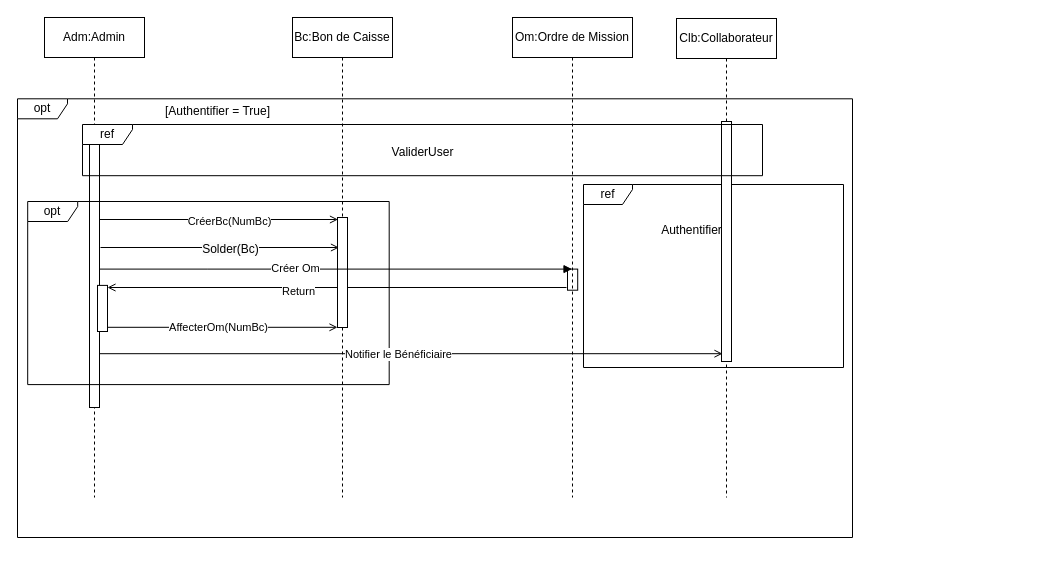
Earlier version of the draw.io diagram Untitled Diagram.drawio (BARIGOU-Imane/Gestion-des-Ordres-de-Mission). Source tidied: cells renumbered, new cells numbered last; positions are measured from the earlier drawing's top-left corner, leaving out a move shared by most shapes. Both pictures are drawn from the tidied source at 100%, with x=0, y=0 at pixel (17, 17).
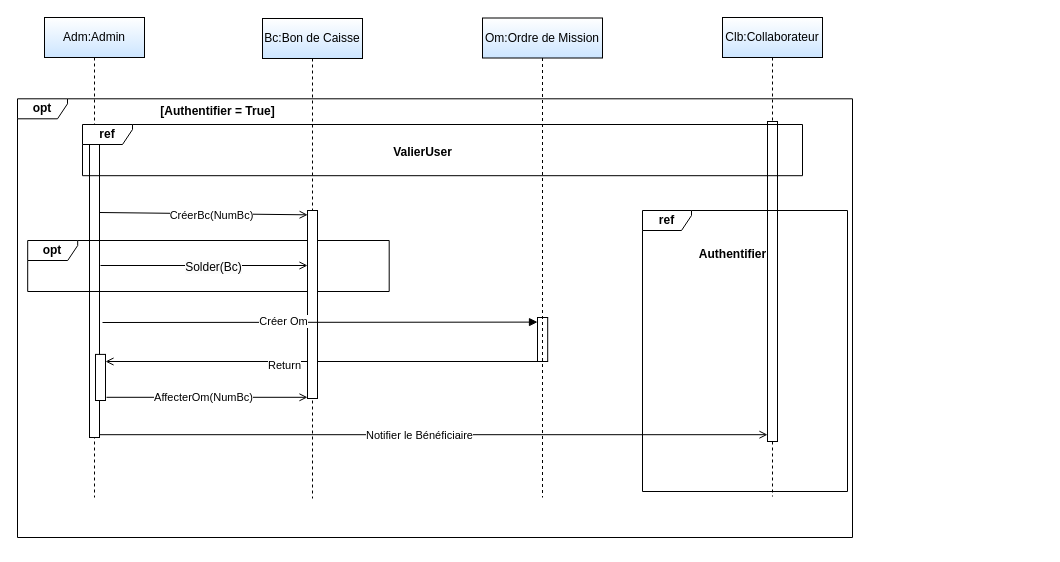
Above is the later version.

Unchanged cells that the change refers to:
```xml
<mxCell id="10" style="group;" parent="7" vertex="1">
  <mxGeometry x="5.1" y="100" width="366.6" height="199" as="geometry" />
</mxCell>
```

Change to the diagram source:
```diff
@@
-    <mxCell id="2" value="Adm:Admin" style="shape=umlLifeline;perimeter=lifelinePerimeter;whiteSpace=wrap;html=1;newEdgeStyle={&quot;edgeStyle&quot;:&quot;elbowEdgeStyle&quot;,&quot;elbow&quot;:&quot;vertical&quot;,&quot;curved&quot;:0,&quot;rounded&quot;:0};" parent="1" vertex="1">
+    <mxCell id="2" value="Adm:Admin" style="shape=umlLifeline;perimeter=lifelinePerimeter;whiteSpace=wrap;html=1;newEdgeStyle={&quot;edgeStyle&quot;:&quot;elbowEdgeStyle&quot;,&quot;elbow&quot;:&quot;vertical&quot;,&quot;curved&quot;:0,&quot;rounded&quot;:0};fillColor=default;strokeColor=#000000;gradientColor=#CCE5FF;" parent="1" vertex="1">
       <mxGeometry x="27" width="100" height="480" as="geometry" />
     </mxCell>
     <mxCell id="3" style="html=1;points=[];perimeter=orthogonalPerimeter;outlineConnect=0;targetShapes=umlLifeline;portConstraint=eastwest;newEdgeStyle={&quot;edgeStyle&quot;:&quot;elbowEdgeStyle&quot;,&quot;elbow&quot;:&quot;vertical&quot;,&quot;curved&quot;:0,&quot;rounded&quot;:0};" parent="2" vertex="1">
-      <mxGeometry x="45" y="110" width="10" height="280" as="geometry" />
+      <mxGeometry x="45" y="110" width="10" height="310" as="geometry" />
     </mxCell>
-    <mxCell id="4" value="Clb:Collaborateur" style="shape=umlLifeline;perimeter=lifelinePerimeter;whiteSpace=wrap;html=1;newEdgeStyle={&quot;edgeStyle&quot;:&quot;elbowEdgeStyle&quot;,&quot;elbow&quot;:&quot;vertical&quot;,&quot;curved&quot;:0,&quot;rounded&quot;:0};" parent="1" vertex="1">
-      <mxGeometry x="659" y="1" width="100" height="479" as="geometry" />
+    <mxCell id="4" value="Clb:Collaborateur" style="shape=umlLifeline;perimeter=lifelinePerimeter;whiteSpace=wrap;html=1;newEdgeStyle={&quot;edgeStyle&quot;:&quot;elbowEdgeStyle&quot;,&quot;elbow&quot;:&quot;vertical&quot;,&quot;curved&quot;:0,&quot;rounded&quot;:0};gradientColor=#CCE5FF;" parent="1" vertex="1">
+      <mxGeometry x="705" width="100" height="479" as="geometry" />
     </mxCell>
-    <mxCell id="5" style="group;" parent="1" vertex="1">
-      <mxGeometry x="386" y="167" width="540" height="183" as="geometry" />
-    </mxCell>
-    <mxCell id="6" value="ref" style="shape=umlFrame;whiteSpace=wrap;html=1;width=49;height=20;" parent="5" vertex="1">
-      <mxGeometry x="180" width="260" height="183" as="geometry" />
-    </mxCell>
     <mxCell id="7" style="group;" parent="1" vertex="1">
-      <mxGeometry y="84" width="835" height="436" as="geometry" />
+      <mxGeometry y="84" width="1025" height="443" as="geometry" />
     </mxCell>
-    <mxCell id="8" value="opt" style="shape=umlFrame;whiteSpace=wrap;html=1;width=50;height=20;" parent="7" vertex="1">
+    <mxCell id="8" value="&lt;b&gt;opt&lt;/b&gt;" style="shape=umlFrame;whiteSpace=wrap;html=1;width=50;height=20;" parent="7" vertex="1">
       <mxGeometry y="-2.7" width="835" height="438.7" as="geometry" />
     </mxCell>
-    <mxCell id="9" value="[Authentifier = True]" style="text;html=1;align=center;verticalAlign=middle;strokeColor=none;fillColor=none;" parent="7" vertex="1">
-      <mxGeometry x="135" y="-5" width="130" height="30" as="geometry" />
+    <mxCell id="9" value="&lt;b&gt;[Authentifier = True]&lt;/b&gt;" style="text;html=1;align=center;verticalAlign=middle;strokeColor=none;fillColor=none;" parent="7" vertex="1">
+      <mxGeometry x="130" y="-5" width="140" height="30" as="geometry" />
     </mxCell>
@@
-    <mxCell id="11" value="opt" style="shape=umlFrame;whiteSpace=wrap;html=1;width=50;height=20;" parent="10" vertex="1">
-      <mxGeometry x="5.1" width="361.5" height="183.1" as="geometry" />
+    <mxCell id="11" value="&lt;b&gt;opt&lt;/b&gt;" style="shape=umlFrame;whiteSpace=wrap;html=1;width=50;height=20;" parent="10" vertex="1">
+      <mxGeometry x="5.1" y="39" width="361.5" height="51" as="geometry" />
     </mxCell>
     <mxCell id="12" style="html=1;points=[];perimeter=orthogonalPerimeter;outlineConnect=0;targetShapes=umlLifeline;portConstraint=eastwest;newEdgeStyle={&quot;edgeStyle&quot;:&quot;elbowEdgeStyle&quot;,&quot;elbow&quot;:&quot;vertical&quot;,&quot;curved&quot;:0,&quot;rounded&quot;:0};" parent="10" vertex="1">
-      <mxGeometry x="74.9" y="83.9" width="10" height="46.1" as="geometry" />
+      <mxGeometry x="72.9" y="152.9" width="10" height="46.1" as="geometry" />
     </mxCell>
     <mxCell id="13" style="html=1;perimeter=orthogonalPerimeter;targetShapes=umlLifeline;newEdgeStyle={&quot;edgeStyle&quot;:&quot;elbowEdgeStyle&quot;,&quot;elbow&quot;:&quot;vertical&quot;,&quot;curved&quot;:0,&quot;rounded&quot;:0};" parent="7" vertex="1">
-      <mxGeometry x="550" y="167.6" width="10.2" height="21.1" as="geometry" />
+      <mxGeometry x="520" y="216" width="10.2" height="44" as="geometry" />
     </mxCell>
     <mxCell id="14" style="endArrow=open;endFill=1;html=1;rounded=0;" parent="7" edge="1" target="12">
       <mxGeometry relative="1" as="geometry">
-        <mxPoint x="549" y="186" as="sourcePoint" />
+        <mxPoint x="520" y="260" as="sourcePoint" />
       </mxGeometry>
     </mxCell>
@@
-    <mxCell id="16" style="endArrow=open;endFill=1;html=1;rounded=0;" parent="7" edge="1" source="12">
+    <mxCell id="16" style="endArrow=open;endFill=1;html=1;rounded=0;" parent="7" edge="1" target="24">
       <mxGeometry relative="1" as="geometry">
-        <mxPoint x="320" y="225.8" as="targetPoint" />
+        <mxPoint x="89" y="295.8" as="sourcePoint" />
       </mxGeometry>
     </mxCell>
@@
-    <mxCell id="18" value="Authentifier" style="text;html=1;align=center;verticalAlign=middle;strokeColor=none;fillColor=none;" parent="7" vertex="1">
-      <mxGeometry x="634" y="114.2" width="80" height="30" as="geometry" />
+    <mxCell id="18" value="&lt;b&gt;Authentifier&lt;/b&gt;" style="text;html=1;align=center;verticalAlign=middle;strokeColor=none;fillColor=none;" parent="7" vertex="1">
+      <mxGeometry x="670" y="137.6" width="90" height="30" as="geometry" />
     </mxCell>
     <mxCell id="19" style="html=1;points=[];perimeter=orthogonalPerimeter;outlineConnect=0;targetShapes=umlLifeline;portConstraint=eastwest;newEdgeStyle={&quot;edgeStyle&quot;:&quot;elbowEdgeStyle&quot;,&quot;elbow&quot;:&quot;vertical&quot;,&quot;curved&quot;:0,&quot;rounded&quot;:0};" parent="7" vertex="1">
-      <mxGeometry x="704" y="20" width="10" height="240" as="geometry" />
+      <mxGeometry x="750" y="20" width="10" height="320" as="geometry" />
     </mxCell>
-    <mxCell id="20" style="group;" parent="7" vertex="1">
-      <mxGeometry x="65" y="23" width="680" height="64" as="geometry" />
+    <mxCell id="20" style="group;labelBackgroundColor=none;textShadow=0;fontColor=default;labelBorderColor=default;fillColor=none;" parent="7" vertex="1">
+      <mxGeometry x="65" y="23" width="720" height="64" as="geometry" />
     </mxCell>
-    <mxCell id="21" value="ref" style="shape=umlFrame;whiteSpace=wrap;html=1;width=50;height=20;" parent="20" vertex="1">
-      <mxGeometry width="680" height="51.2" as="geometry" />
+    <mxCell id="21" value="&lt;b&gt;ref&lt;/b&gt;" style="shape=umlFrame;whiteSpace=wrap;html=1;width=50;height=20;" parent="20" vertex="1">
+      <mxGeometry width="720" height="51.2" as="geometry" />
     </mxCell>
-    <mxCell id="22" value="ValiderUser" style="text;html=1;align=center;verticalAlign=middle;strokeColor=none;fillColor=none;" parent="20" vertex="1">
-      <mxGeometry x="295" y="12.8" width="90" height="30" as="geometry" />
+    <mxCell id="22" value="&lt;b&gt;ValierUser&lt;/b&gt;" style="text;html=1;align=center;verticalAlign=middle;strokeColor=none;fillColor=none;" parent="20" vertex="1">
+      <mxGeometry x="300" y="12.8" width="80" height="30" as="geometry" />
     </mxCell>
+    <mxCell id="6" value="&lt;b&gt;ref&lt;/b&gt;" style="shape=umlFrame;whiteSpace=wrap;html=1;width=49;height=20;" parent="7" vertex="1">
+      <mxGeometry x="625" y="109" width="205" height="281" as="geometry" />
+    </mxCell>
-    <mxCell id="23" value="Bc:Bon de Caisse" style="shape=umlLifeline;perimeter=lifelinePerimeter;whiteSpace=wrap;html=1;newEdgeStyle={&quot;edgeStyle&quot;:&quot;elbowEdgeStyle&quot;,&quot;elbow&quot;:&quot;vertical&quot;,&quot;curved&quot;:0,&quot;rounded&quot;:0};" parent="1" vertex="1">
-      <mxGeometry x="275" width="100" height="480" as="geometry" />
+    <mxCell id="23" value="Bc:Bon de Caisse" style="shape=umlLifeline;perimeter=lifelinePerimeter;whiteSpace=wrap;html=1;newEdgeStyle={&quot;edgeStyle&quot;:&quot;elbowEdgeStyle&quot;,&quot;elbow&quot;:&quot;vertical&quot;,&quot;curved&quot;:0,&quot;rounded&quot;:0};gradientColor=#CCE5FF;" parent="1" vertex="1">
+      <mxGeometry x="245" y="1" width="100" height="480" as="geometry" />
     </mxCell>
     <mxCell id="24" style="html=1;points=[];perimeter=orthogonalPerimeter;outlineConnect=0;targetShapes=umlLifeline;portConstraint=eastwest;newEdgeStyle={&quot;edgeStyle&quot;:&quot;elbowEdgeStyle&quot;,&quot;elbow&quot;:&quot;vertical&quot;,&quot;curved&quot;:0,&quot;rounded&quot;:0};" parent="23" vertex="1">
-      <mxGeometry x="45" y="200" width="10" height="110" as="geometry" />
+      <mxGeometry x="45" y="192" width="10" height="188" as="geometry" />
     </mxCell>
-    <mxCell id="25" value="Om:Ordre de Mission" style="shape=umlLifeline;perimeter=lifelinePerimeter;whiteSpace=wrap;html=1;outlineConnect=0;portConstraint=eastwest;newEdgeStyle={&quot;edgeStyle&quot;:&quot;elbowEdgeStyle&quot;,&quot;elbow&quot;:&quot;vertical&quot;,&quot;curved&quot;:0,&quot;rounded&quot;:0};" parent="1" vertex="1">
-      <mxGeometry x="495" width="120" height="480" as="geometry" />
+    <mxCell id="25" value="Om:Ordre de Mission" style="shape=umlLifeline;perimeter=lifelinePerimeter;whiteSpace=wrap;html=1;outlineConnect=0;portConstraint=eastwest;newEdgeStyle={&quot;edgeStyle&quot;:&quot;elbowEdgeStyle&quot;,&quot;elbow&quot;:&quot;vertical&quot;,&quot;curved&quot;:0,&quot;rounded&quot;:0};gradientColor=#CCE5FF;" parent="1" vertex="1">
+      <mxGeometry x="465" y="0.5" width="120" height="479.5" as="geometry" />
     </mxCell>
-    <mxCell id="26" style="endArrow=open;endFill=1;html=1;rounded=0;entryX=0.1;entryY=0.996;entryDx=0;entryDy=0;entryPerimeter=0;" parent="1" edge="1">
+    <mxCell id="26" style="endArrow=open;endFill=1;html=1;rounded=0;" parent="1" edge="1" target="19">
       <mxGeometry relative="1" as="geometry">
-        <mxPoint x="82" y="336.2" as="sourcePoint" />
-        <mxPoint x="705" y="336.2" as="targetPoint" />
+        <mxPoint x="82" y="417.2" as="sourcePoint" />
       </mxGeometry>
     </mxCell>
@@
-    <mxCell id="28" style="endArrow=open;endFill=1;html=1;rounded=0;entryX=0.047;entryY=0.486;entryDx=0;entryDy=0;entryPerimeter=0;" parent="1" edge="1">
+    <mxCell id="28" style="endArrow=open;endFill=1;html=1;rounded=0;entryX=0.012;entryY=0.023;entryDx=0;entryDy=0;entryPerimeter=0;" parent="1" edge="1" target="24">
       <mxGeometry relative="1" as="geometry">
-        <mxPoint x="82" y="202" as="sourcePoint" />
-        <mxPoint x="320.5" y="202" as="targetPoint" />
+        <mxPoint x="82" y="195" as="sourcePoint" />
       </mxGeometry>
     </mxCell>
@@
-    <mxCell id="30" value="Créer Om" style="html=1;verticalAlign=bottom;endArrow=block;edgeStyle=elbowEdgeStyle;elbow=vertical;curved=0;rounded=0;" parent="1" edge="1" source="3" target="25">
+    <mxCell id="30" value="Créer Om" style="html=1;verticalAlign=bottom;endArrow=block;edgeStyle=elbowEdgeStyle;elbow=vertical;curved=0;rounded=0;entryX=0.491;entryY=0.057;entryDx=0;entryDy=0;entryPerimeter=0;" parent="1" edge="1">
       <mxGeometry x="-0.17" y="-8" relative="1" as="geometry">
+        <mxPoint x="85" y="305" as="sourcePoint" />
+        <mxPoint x="520" y="305" as="targetPoint" />
         <Array as="points">
-          <mxPoint x="190.4" y="251.6" />
+          <mxPoint x="185.4" y="304.6" />
         </Array>
       </mxGeometry>
     </mxCell>
-    <mxCell id="31" style="endArrow=open;endFill=1;html=1;rounded=0;entryX=0.047;entryY=0.486;entryDx=0;entryDy=0;entryPerimeter=0;" parent="1" edge="1">
+    <mxCell id="31" style="endArrow=open;endFill=1;html=1;rounded=0;" parent="1" edge="1" target="24">
       <mxGeometry relative="1" as="geometry">
-        <mxPoint x="83" y="230" as="sourcePoint" />
-        <mxPoint x="321.5" y="230" as="targetPoint" />
+        <mxPoint x="83" y="248" as="sourcePoint" />
       </mxGeometry>
     </mxCell>
```
